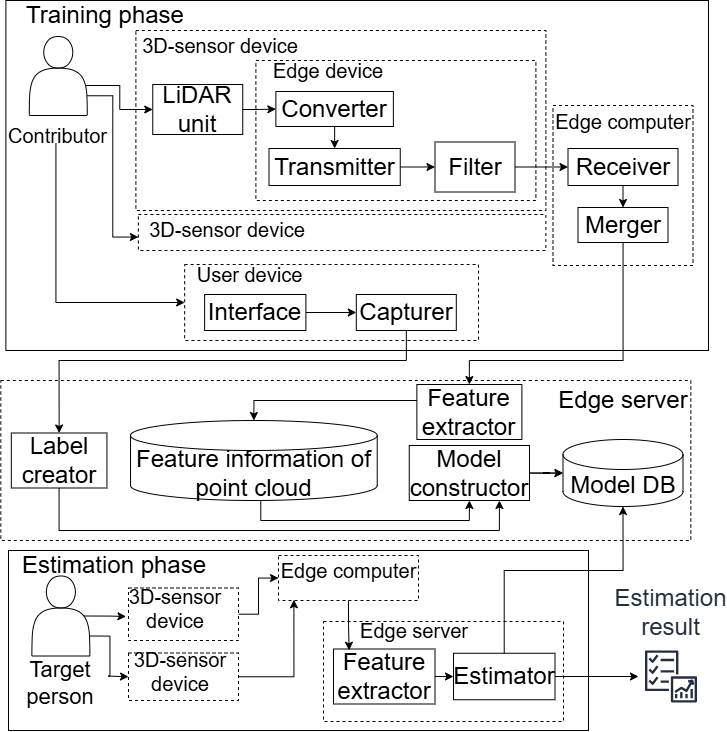
The draw.io diagram img/System_model.png in Sano-Wataru/journal-research-paper-access-kizawa, before a commit. Source tidied: cells renumbered, new cells last; positions are measured from the earlier drawing's top-left corner, leaving out a move shared by most shapes. Its diagram source:
```xml
<mxGraphModel>
  <root>
    <mxCell id="0" />
    <mxCell id="1" parent="0" />
    <mxCell id="2" style="rounded=0;whiteSpace=wrap;html=1;" parent="1" vertex="1">
      <mxGeometry x="5.4" width="702.6" height="350" as="geometry" />
    </mxCell>
    <mxCell id="3" style="rounded=0;whiteSpace=wrap;html=1;dashed=1;" parent="1" vertex="1">
      <mxGeometry x="552.5" y="105" width="140" height="160" as="geometry" />
    </mxCell>
    <mxCell id="4" style="rounded=0;whiteSpace=wrap;html=1;dashed=1;" parent="1" vertex="1">
      <mxGeometry x="0.3" y="380" width="690" height="160" as="geometry" />
    </mxCell>
    <mxCell id="5" style="group;" parent="1" vertex="1">
      <mxGeometry x="15.4" y="36" width="84.8" height="96" as="geometry" />
    </mxCell>
    <mxCell id="6" style="shape=actor;whiteSpace=wrap;html=1;fontSize=16;" parent="5" vertex="1">
      <mxGeometry x="13.4" width="58" height="79" as="geometry" />
    </mxCell>
    <mxCell id="7" style="rounded=0;whiteSpace=wrap;html=1;dashed=1;" parent="1" vertex="1">
      <mxGeometry x="135.4" y="30" width="410" height="180" as="geometry" />
    </mxCell>
    <mxCell id="8" value="&lt;font style=&quot;font-size: 24px;&quot;&gt;LiDAR unit&lt;/font&gt;" style="rounded=0;whiteSpace=wrap;html=1;" parent="1" vertex="1">
      <mxGeometry x="152.2" y="84" width="90" height="50" as="geometry" />
    </mxCell>
    <mxCell id="9" style="rounded=0;whiteSpace=wrap;html=1;dashed=1;" parent="1" vertex="1">
      <mxGeometry x="255.4" y="60" width="280" height="140" as="geometry" />
    </mxCell>
    <mxCell id="10" value="&lt;font style=&quot;font-size: 20px;&quot;&gt;Edge device&lt;/font&gt;" style="text;html=1;strokeColor=none;fillColor=none;align=center;verticalAlign=middle;whiteSpace=wrap;rounded=0;" parent="1" vertex="1">
      <mxGeometry x="262.9" y="60" width="130" height="20" as="geometry" />
    </mxCell>
    <mxCell id="11" style="edgeStyle=orthogonalEdgeStyle;rounded=0;jettySize=auto;html=1;exitX=0.5;exitY=1;exitDx=0;exitDy=0;entryX=0.5;entryY=0;entryDx=0;entryDy=0;" parent="1" edge="1" source="12" target="14">
      <mxGeometry relative="1" as="geometry" />
    </mxCell>
    <mxCell id="12" value="&lt;font style=&quot;font-size: 24px;&quot;&gt;Converter&lt;/font&gt;" style="rounded=0;whiteSpace=wrap;html=1;" parent="1" vertex="1">
      <mxGeometry x="275.4" y="91" width="117.5" height="35" as="geometry" />
    </mxCell>
    <mxCell id="13" style="edgeStyle=orthogonalEdgeStyle;rounded=0;jettySize=auto;html=1;exitX=1;exitY=0.5;exitDx=0;exitDy=0;entryX=0;entryY=0.5;entryDx=0;entryDy=0;" parent="1" edge="1" source="14" target="56">
      <mxGeometry relative="1" as="geometry" />
    </mxCell>
    <mxCell id="14" value="&lt;font style=&quot;font-size: 24px;&quot;&gt;Transmitter&lt;/font&gt;" style="rounded=0;whiteSpace=wrap;html=1;" parent="1" vertex="1">
      <mxGeometry x="268.5" y="148" width="131.2" height="37" as="geometry" />
    </mxCell>
    <mxCell id="15" style="rounded=0;whiteSpace=wrap;html=1;dashed=1;" parent="1" vertex="1">
      <mxGeometry x="137.9" y="214" width="407.5" height="36" as="geometry" />
    </mxCell>
    <mxCell id="16" value="&lt;font style=&quot;font-size: 20px;&quot;&gt;3D-sensor device&lt;/font&gt;" style="text;html=1;strokeColor=none;fillColor=none;align=center;verticalAlign=middle;whiteSpace=wrap;rounded=0;" parent="1" vertex="1">
      <mxGeometry x="137.9" y="214" width="177.5" height="30" as="geometry" />
    </mxCell>
    <mxCell id="17" style="edgeStyle=orthogonalEdgeStyle;rounded=0;jettySize=auto;html=1;exitX=0.5;exitY=1;exitDx=0;exitDy=0;entryX=0.5;entryY=0;entryDx=0;entryDy=0;" parent="1" edge="1" source="18" target="20">
      <mxGeometry relative="1" as="geometry" />
    </mxCell>
    <mxCell id="18" value="&lt;font style=&quot;font-size: 24px;&quot;&gt;Receiver&lt;/font&gt;" style="rounded=0;whiteSpace=wrap;html=1;" parent="1" vertex="1">
      <mxGeometry x="567.5" y="148" width="110" height="37" as="geometry" />
    </mxCell>
    <mxCell id="19" style="edgeStyle=orthogonalEdgeStyle;rounded=0;jettySize=auto;html=1;entryX=0.5;entryY=0;entryDx=0;entryDy=0;" parent="1" edge="1" source="20" target="21">
      <mxGeometry relative="1" as="geometry">
        <Array as="points">
          <mxPoint x="623" y="360" />
          <mxPoint x="469" y="360" />
        </Array>
      </mxGeometry>
    </mxCell>
    <mxCell id="20" value="&lt;font style=&quot;font-size: 24px;&quot;&gt;Merger&lt;/font&gt;" style="rounded=0;whiteSpace=wrap;html=1;" parent="1" vertex="1">
      <mxGeometry x="577.5" y="207" width="90" height="35" as="geometry" />
    </mxCell>
    <mxCell id="21" value="&lt;p&gt;&lt;font style=&quot;font-size: 24px;&quot;&gt;Feature extractor&lt;/font&gt;&lt;/p&gt;" style="rounded=0;whiteSpace=wrap;html=1;" parent="1" vertex="1">
      <mxGeometry x="416.4" y="384" width="105" height="55" as="geometry" />
    </mxCell>
    <mxCell id="22" style="rounded=0;whiteSpace=wrap;html=1;dashed=1;" parent="1" vertex="1">
      <mxGeometry x="184.1" y="264" width="293.9" height="76" as="geometry" />
    </mxCell>
    <mxCell id="23" value="&lt;font style=&quot;font-size: 20px;&quot;&gt;User device&lt;/font&gt;" style="text;html=1;strokeColor=none;fillColor=none;align=center;verticalAlign=middle;whiteSpace=wrap;rounded=0;" parent="1" vertex="1">
      <mxGeometry x="192.9" y="264" width="112.5" height="20" as="geometry" />
    </mxCell>
    <mxCell id="24" style="edgeStyle=orthogonalEdgeStyle;rounded=0;jettySize=auto;html=1;exitX=1;exitY=0.5;exitDx=0;exitDy=0;entryX=0;entryY=0.5;entryDx=0;entryDy=0;" parent="1" edge="1" source="25" target="27">
      <mxGeometry relative="1" as="geometry" />
    </mxCell>
    <mxCell id="25" value="&lt;font style=&quot;font-size: 24px;&quot;&gt;Interface&lt;/font&gt;" style="rounded=0;whiteSpace=wrap;html=1;" parent="1" vertex="1">
      <mxGeometry x="204.1" y="294" width="101.2" height="36" as="geometry" />
    </mxCell>
    <mxCell id="26" style="edgeStyle=orthogonalEdgeStyle;rounded=0;jettySize=auto;html=1;entryX=0.5;entryY=0;entryDx=0;entryDy=0;" parent="1" edge="1" source="27" target="34">
      <mxGeometry relative="1" as="geometry">
        <Array as="points">
          <mxPoint x="406" y="360" />
          <mxPoint x="59" y="360" />
        </Array>
      </mxGeometry>
    </mxCell>
    <mxCell id="27" value="&lt;font style=&quot;font-size: 24px;&quot;&gt;Capturer&lt;/font&gt;" style="rounded=0;whiteSpace=wrap;html=1;" parent="1" vertex="1">
      <mxGeometry x="355.8" y="294" width="100" height="36" as="geometry" />
    </mxCell>
    <mxCell id="28" value="&lt;font style=&quot;font-size: 24px;&quot;&gt;Feature information of point cloud&lt;/font&gt;" style="shape=cylinder3;whiteSpace=wrap;html=1;boundedLbl=1;backgroundOutline=1;size=15;" parent="1" vertex="1">
      <mxGeometry x="130" y="420" width="246.7" height="80" as="geometry" />
    </mxCell>
    <mxCell id="29" style="edgeStyle=orthogonalEdgeStyle;rounded=0;jettySize=auto;html=1;" parent="1" edge="1" source="31" target="35">
      <mxGeometry relative="1" as="geometry" />
    </mxCell>
    <mxCell id="30" style="edgeStyle=orthogonalEdgeStyle;rounded=0;jettySize=auto;html=1;" parent="1" edge="1" source="31" target="35">
      <mxGeometry relative="1" as="geometry" />
    </mxCell>
    <mxCell id="31" value="&lt;p&gt;&lt;font style=&quot;font-size: 24px;&quot;&gt;Model constructor&lt;/font&gt;&lt;/p&gt;" style="rounded=0;whiteSpace=wrap;html=1;" parent="1" vertex="1">
      <mxGeometry x="408.8" y="445" width="120.2" height="55" as="geometry" />
    </mxCell>
    <mxCell id="32" style="edgeStyle=orthogonalEdgeStyle;rounded=0;jettySize=auto;html=1;exitX=1;exitY=0.5;exitDx=0;exitDy=0;" parent="1" edge="1" source="8" target="12">
      <mxGeometry relative="1" as="geometry" />
    </mxCell>
    <mxCell id="33" style="edgeStyle=orthogonalEdgeStyle;rounded=0;jettySize=auto;html=1;entryX=0.75;entryY=1;entryDx=0;entryDy=0;" parent="1" edge="1" source="34" target="31">
      <mxGeometry relative="1" as="geometry">
        <Array as="points">
          <mxPoint x="58.3" y="530" />
          <mxPoint x="499.3" y="530" />
        </Array>
      </mxGeometry>
    </mxCell>
    <mxCell id="34" value="&lt;p&gt;&lt;font style=&quot;font-size: 24px;&quot;&gt;Label creator&lt;/font&gt;&lt;/p&gt;" style="rounded=0;whiteSpace=wrap;html=1;" parent="1" vertex="1">
      <mxGeometry x="10.8" y="432.5" width="95.6" height="55" as="geometry" />
    </mxCell>
    <mxCell id="35" value="&lt;font style=&quot;font-size: 24px;&quot;&gt;Model DB&lt;/font&gt;" style="shape=cylinder3;whiteSpace=wrap;html=1;boundedLbl=1;backgroundOutline=1;size=15;" parent="1" vertex="1">
      <mxGeometry x="562.5" y="439" width="120" height="67" as="geometry" />
    </mxCell>
    <mxCell id="36" value="&lt;font style=&quot;font-size: 24px;&quot;&gt;Edge server&lt;/font&gt;" style="text;html=1;strokeColor=none;fillColor=none;align=center;verticalAlign=middle;whiteSpace=wrap;rounded=0;" parent="1" vertex="1">
      <mxGeometry x="552.5" y="390" width="140" height="20" as="geometry" />
    </mxCell>
    <mxCell id="37" value="&lt;font style=&quot;font-size: 20px;&quot;&gt;Edge computer&lt;/font&gt;" style="text;html=1;strokeColor=none;fillColor=none;align=center;verticalAlign=middle;whiteSpace=wrap;rounded=0;" parent="1" vertex="1">
      <mxGeometry x="552.5" y="111" width="140" height="20" as="geometry" />
    </mxCell>
    <mxCell id="38" style="rounded=0;whiteSpace=wrap;html=1;" parent="1" vertex="1">
      <mxGeometry x="8" y="550" width="580" height="180" as="geometry" />
    </mxCell>
    <mxCell id="39" style="group;" parent="1" vertex="1">
      <mxGeometry x="18" y="575.5" width="110" height="96" as="geometry" />
    </mxCell>
    <mxCell id="40" style="shape=actor;whiteSpace=wrap;html=1;fontSize=16;" parent="39" vertex="1">
      <mxGeometry x="13.4" width="58" height="80" as="geometry" />
    </mxCell>
    <mxCell id="41" value="&lt;font style=&quot;font-size: 24px;&quot;&gt;Training phase&lt;/font&gt;" style="text;html=1;strokeColor=none;fillColor=none;align=center;verticalAlign=middle;whiteSpace=wrap;rounded=0;" parent="1" vertex="1">
      <mxGeometry x="5.4" width="200" height="30" as="geometry" />
    </mxCell>
    <mxCell id="42" style="rounded=0;whiteSpace=wrap;html=1;dashed=1;" parent="1" vertex="1">
      <mxGeometry x="128" y="652.5" width="110" height="47.5" as="geometry" />
    </mxCell>
    <mxCell id="43" style="edgeStyle=orthogonalEdgeStyle;rounded=0;jettySize=auto;html=1;entryX=0;entryY=0.5;entryDx=0;entryDy=0;" parent="1" edge="1" source="44" target="52">
      <mxGeometry relative="1" as="geometry" />
    </mxCell>
    <mxCell id="44" style="rounded=0;whiteSpace=wrap;html=1;dashed=1;" parent="1" vertex="1">
      <mxGeometry x="128" y="587.5" width="110" height="52.5" as="geometry" />
    </mxCell>
    <mxCell id="45" value="&lt;font style=&quot;font-size: 20px;&quot;&gt;3D-sensor device&lt;/font&gt;" style="text;html=1;strokeColor=none;fillColor=none;align=center;verticalAlign=middle;whiteSpace=wrap;rounded=0;" parent="1" vertex="1">
      <mxGeometry x="125.5" y="593.5" width="97.5" height="30" as="geometry" />
    </mxCell>
    <mxCell id="46" value="&lt;font style=&quot;font-size: 24px;&quot;&gt;Estimation phase&lt;/font&gt;" style="text;html=1;strokeColor=none;fillColor=none;align=center;verticalAlign=middle;whiteSpace=wrap;rounded=0;" parent="1" vertex="1">
      <mxGeometry x="10.4" y="550" width="207.6" height="30" as="geometry" />
    </mxCell>
    <mxCell id="47" style="rounded=0;whiteSpace=wrap;html=1;dashed=1;" parent="1" vertex="1">
      <mxGeometry x="323" y="621" width="240" height="100" as="geometry" />
    </mxCell>
    <mxCell id="48" style="edgeStyle=orthogonalEdgeStyle;rounded=0;jettySize=auto;html=1;exitX=1;exitY=0.5;exitDx=0;exitDy=0;entryX=0;entryY=0.5;entryDx=0;entryDy=0;" parent="1" edge="1" source="49" target="60">
      <mxGeometry relative="1" as="geometry" />
    </mxCell>
    <mxCell id="49" value="&lt;p&gt;&lt;font style=&quot;font-size: 24px;&quot;&gt;Feature extractor&lt;/font&gt;&lt;/p&gt;" style="rounded=0;whiteSpace=wrap;html=1;" parent="1" vertex="1">
      <mxGeometry x="333" y="648.5" width="101.5" height="55" as="geometry" />
    </mxCell>
    <mxCell id="50" value="&lt;font style=&quot;font-size: 20px;&quot;&gt;Edge server&lt;/font&gt;" style="text;html=1;strokeColor=none;fillColor=none;align=center;verticalAlign=middle;whiteSpace=wrap;rounded=0;" parent="1" vertex="1">
      <mxGeometry x="358" y="620" width="111.5" height="20" as="geometry" />
    </mxCell>
    <mxCell id="51" value="&lt;font&gt;Estimation&lt;/font&gt;&lt;div&gt;&lt;font&gt;result&lt;/font&gt;&lt;/div&gt;" style="sketch=0;outlineConnect=0;fontColor=#232F3E;gradientColor=none;strokeColor=#232F3E;fillColor=#ffffff;dashed=0;verticalLabelPosition=top;verticalAlign=bottom;align=center;html=1;fontSize=24;fontStyle=0;shape=mxgraph.aws4.resourceIcon;resIcon=mxgraph.aws4.checklist_performance;labelPosition=center;direction=east;" parent="1" vertex="1">
      <mxGeometry x="638" y="643.5" width="65" height="65" as="geometry" />
    </mxCell>
    <mxCell id="52" style="rounded=0;whiteSpace=wrap;html=1;dashed=1;" parent="1" vertex="1">
      <mxGeometry x="278" y="555" width="140" height="45" as="geometry" />
    </mxCell>
    <mxCell id="53" value="&lt;font style=&quot;font-size: 20px;&quot;&gt;Edge computer&lt;/font&gt;" style="text;html=1;strokeColor=none;fillColor=none;align=center;verticalAlign=middle;whiteSpace=wrap;rounded=0;" parent="1" vertex="1">
      <mxGeometry x="278" y="560" width="141" height="20" as="geometry" />
    </mxCell>
    <mxCell id="54" style="edgeStyle=orthogonalEdgeStyle;rounded=0;jettySize=auto;html=1;exitX=1;exitY=0.75;exitDx=0;exitDy=0;" parent="1" edge="1" source="40" target="42">
      <mxGeometry relative="1" as="geometry" />
    </mxCell>
    <mxCell id="55" style="edgeStyle=orthogonalEdgeStyle;rounded=0;jettySize=auto;html=1;exitX=1;exitY=0.5;exitDx=0;exitDy=0;entryX=0;entryY=0.5;entryDx=0;entryDy=0;" parent="1" edge="1" source="56" target="18">
      <mxGeometry relative="1" as="geometry" />
    </mxCell>
    <mxCell id="56" value="&lt;font style=&quot;font-size: 24px;&quot;&gt;Filter&lt;/font&gt;" style="rounded=0;whiteSpace=wrap;html=1;" parent="1" vertex="1">
      <mxGeometry x="434.5" y="141.5" width="80" height="50" as="geometry" />
    </mxCell>
    <mxCell id="57" value="&lt;font style=&quot;font-size: 20px;&quot;&gt;3D-sensor device&lt;/font&gt;" style="text;html=1;strokeColor=none;fillColor=none;align=center;verticalAlign=middle;whiteSpace=wrap;rounded=0;" parent="1" vertex="1">
      <mxGeometry x="130.5" y="656" width="97.5" height="30" as="geometry" />
    </mxCell>
    <mxCell id="58" value="&lt;font style=&quot;font-size: 22px;&quot;&gt;Target person&lt;/font&gt;" style="text;html=1;strokeColor=none;fillColor=none;align=center;verticalAlign=middle;whiteSpace=wrap;rounded=0;" parent="1" vertex="1">
      <mxGeometry x="5.4" y="656" width="110" height="54" as="geometry" />
    </mxCell>
    <mxCell id="59" style="edgeStyle=orthogonalEdgeStyle;rounded=0;jettySize=auto;html=1;" parent="1" edge="1" source="60" target="51">
      <mxGeometry relative="1" as="geometry" />
    </mxCell>
    <mxCell id="60" value="&lt;p&gt;&lt;font style=&quot;font-size: 24px;&quot;&gt;Estimator&lt;/font&gt;&lt;/p&gt;" style="rounded=0;whiteSpace=wrap;html=1;" parent="1" vertex="1">
      <mxGeometry x="453" y="652.8" width="101.5" height="46.5" as="geometry" />
    </mxCell>
    <mxCell id="61" value="&lt;font style=&quot;font-size: 20px;&quot;&gt;3D-sensor device&lt;/font&gt;" style="text;html=1;strokeColor=none;fillColor=none;align=center;verticalAlign=middle;whiteSpace=wrap;rounded=0;" parent="1" vertex="1">
      <mxGeometry x="135.4" y="30" width="170" height="30" as="geometry" />
    </mxCell>
    <mxCell id="62" style="edgeStyle=orthogonalEdgeStyle;rounded=0;jettySize=auto;html=1;entryX=0;entryY=0.5;entryDx=0;entryDy=0;" parent="1" edge="1" source="63" target="22">
      <mxGeometry relative="1" as="geometry">
        <Array as="points">
          <mxPoint x="55.4" y="302" />
        </Array>
      </mxGeometry>
    </mxCell>
    <mxCell id="63" value="&lt;font style=&quot;font-size: 20px;&quot;&gt;Contributor&lt;/font&gt;" style="text;html=1;strokeColor=none;fillColor=none;align=center;verticalAlign=middle;whiteSpace=wrap;rounded=0;" parent="1" vertex="1">
      <mxGeometry x="15.4" y="126" width="84.8" height="17" as="geometry" />
    </mxCell>
    <mxCell id="64" style="edgeStyle=orthogonalEdgeStyle;rounded=0;jettySize=auto;html=1;" parent="1" edge="1" target="8">
      <mxGeometry relative="1" as="geometry">
        <mxPoint x="85.4" y="85" as="sourcePoint" />
      </mxGeometry>
    </mxCell>
    <mxCell id="65" style="edgeStyle=orthogonalEdgeStyle;rounded=0;jettySize=auto;html=1;exitX=1;exitY=0.75;exitDx=0;exitDy=0;entryX=0;entryY=0.75;entryDx=0;entryDy=0;" parent="1" edge="1" source="6" target="16">
      <mxGeometry relative="1" as="geometry" />
    </mxCell>
    <mxCell id="66" style="edgeStyle=orthogonalEdgeStyle;rounded=0;jettySize=auto;html=1;exitX=0.9;exitY=0.5;exitDx=0;exitDy=0;exitPerimeter=0;entryX=0;entryY=0.75;entryDx=0;entryDy=0;" parent="1" edge="1" source="40" target="45">
      <mxGeometry relative="1" as="geometry" />
    </mxCell>
    <mxCell id="67" style="edgeStyle=orthogonalEdgeStyle;rounded=0;jettySize=auto;html=1;entryX=0.11;entryY=0.984;entryDx=0;entryDy=0;entryPerimeter=0;" parent="1" edge="1" source="42" target="52">
      <mxGeometry relative="1" as="geometry" />
    </mxCell>
    <mxCell id="68" style="edgeStyle=orthogonalEdgeStyle;rounded=0;jettySize=auto;html=1;exitX=0.5;exitY=1;exitDx=0;exitDy=0;entryX=0.154;entryY=0.023;entryDx=0;entryDy=0;entryPerimeter=0;" parent="1" edge="1" source="52" target="49">
      <mxGeometry relative="1" as="geometry" />
    </mxCell>
    <mxCell id="69" style="edgeStyle=orthogonalEdgeStyle;rounded=0;jettySize=auto;html=1;entryX=0.5;entryY=1;entryDx=0;entryDy=0;entryPerimeter=0;" parent="1" edge="1" source="60" target="35">
      <mxGeometry relative="1" as="geometry">
        <Array as="points">
          <mxPoint x="504" y="570" />
          <mxPoint x="623" y="570" />
        </Array>
      </mxGeometry>
    </mxCell>
    <mxCell id="70" style="edgeStyle=orthogonalEdgeStyle;rounded=0;jettySize=auto;html=1;entryX=0.5;entryY=1;entryDx=0;entryDy=0;" parent="1" edge="1" source="28" target="31">
      <mxGeometry relative="1" as="geometry">
        <Array as="points">
          <mxPoint x="260.3" y="520" />
          <mxPoint x="469.3" y="520" />
        </Array>
      </mxGeometry>
    </mxCell>
    <mxCell id="71" style="edgeStyle=orthogonalEdgeStyle;rounded=0;jettySize=auto;html=1;entryX=0.5;entryY=0;entryDx=0;entryDy=0;entryPerimeter=0;" parent="1" edge="1" source="21" target="28">
      <mxGeometry relative="1" as="geometry">
        <Array as="points">
          <mxPoint x="253.3" y="400" />
        </Array>
      </mxGeometry>
    </mxCell>
  </root>
</mxGraphModel>
```
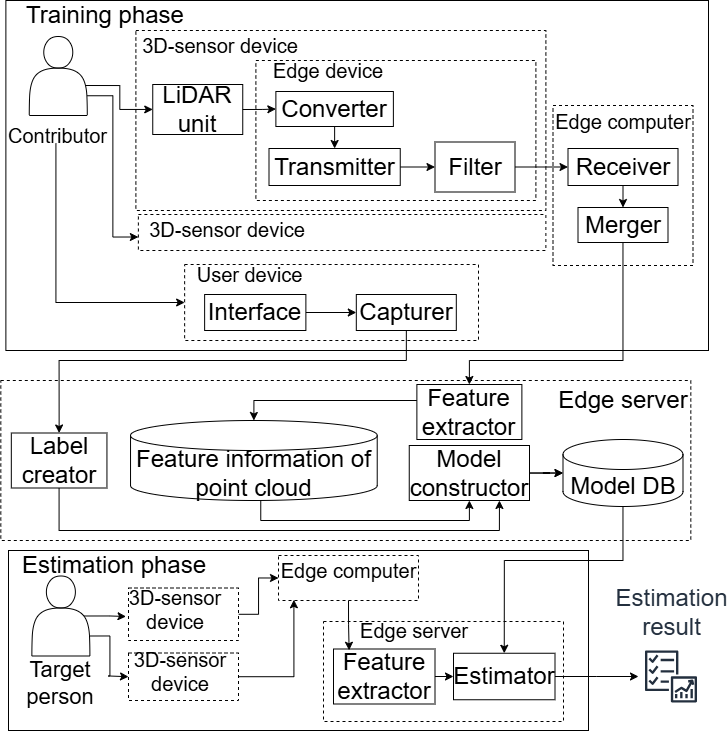
The same diagram one commit later.

What changed in the source:
```diff
@@ -224,14 +224,6 @@
     <mxCell id="68" style="edgeStyle=orthogonalEdgeStyle;rounded=0;jettySize=auto;html=1;exitX=0.5;exitY=1;exitDx=0;exitDy=0;entryX=0.154;entryY=0.023;entryDx=0;entryDy=0;entryPerimeter=0;" parent="1" edge="1" source="52" target="49">
       <mxGeometry relative="1" as="geometry" />
     </mxCell>
-    <mxCell id="69" style="edgeStyle=orthogonalEdgeStyle;rounded=0;jettySize=auto;html=1;entryX=0.5;entryY=1;entryDx=0;entryDy=0;entryPerimeter=0;" parent="1" edge="1" source="60" target="35">
-      <mxGeometry relative="1" as="geometry">
-        <Array as="points">
-          <mxPoint x="504" y="570" />
-          <mxPoint x="623" y="570" />
-        </Array>
-      </mxGeometry>
-    </mxCell>
     <mxCell id="70" style="edgeStyle=orthogonalEdgeStyle;rounded=0;jettySize=auto;html=1;entryX=0.5;entryY=1;entryDx=0;entryDy=0;" parent="1" edge="1" source="28" target="31">
       <mxGeometry relative="1" as="geometry">
         <Array as="points">
@@ -247,5 +239,13 @@
         </Array>
       </mxGeometry>
     </mxCell>
+    <mxCell id="72" style="edgeStyle=orthogonalEdgeStyle;rounded=0;jettySize=auto;html=1;entryX=0.5;entryY=0;entryDx=0;entryDy=0;" parent="1" edge="1" source="35" target="60">
+      <mxGeometry relative="1" as="geometry">
+        <Array as="points">
+          <mxPoint x="622" y="560" />
+          <mxPoint x="504" y="560" />
+        </Array>
+      </mxGeometry>
+    </mxCell>
   </root>
 </mxGraphModel>
```
